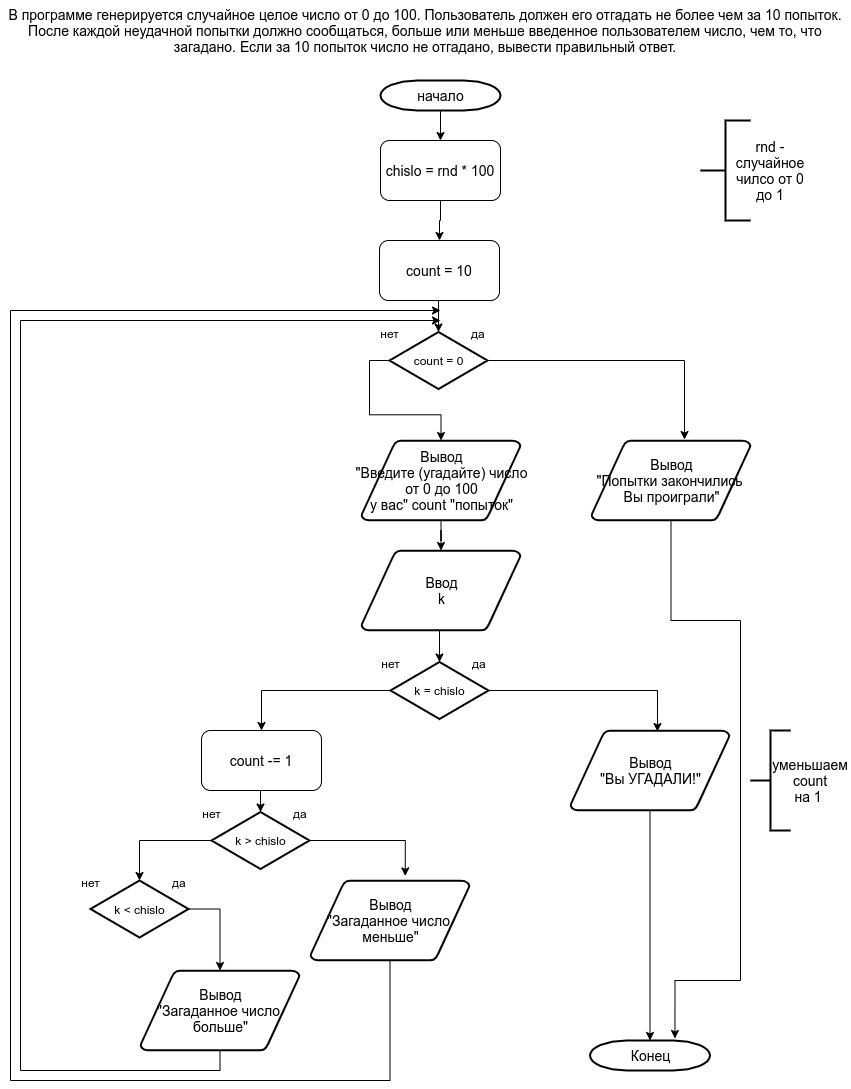
Before: les2-task6.png, a diagram exported from draw.io (log-box/pythonAlgorithmsAndDataStructure). Source tidied: cells renumbered, new cells last; positions are measured from the earlier drawing's top-left corner, leaving out a move shared by most shapes.
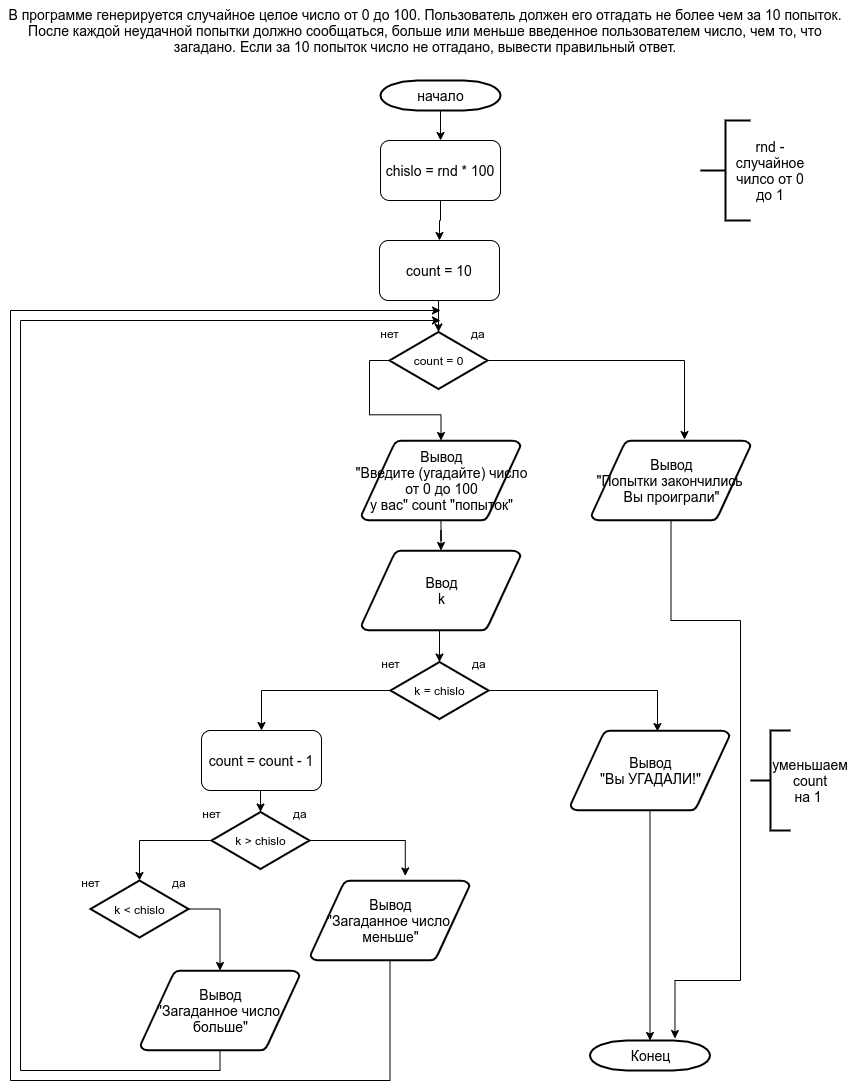
The same diagram one commit later.

Change to the diagram source:
```diff
@@ -68,7 +68,7 @@
     <mxCell id="23" style="edgeStyle=orthogonalEdgeStyle;rounded=0;jettySize=auto;html=1;exitX=0.5;exitY=1;exitDx=0;exitDy=0;entryX=0.5;entryY=0;entryDx=0;entryDy=0;entryPerimeter=0;fontSize=14;" parent="1" edge="1" source="24" target="18">
       <mxGeometry relative="1" as="geometry" />
     </mxCell>
-    <mxCell id="24" value="count -= 1" style="rounded=1;whiteSpace=wrap;html=1;fontSize=14;align=center;" parent="1" vertex="1">
+    <mxCell id="24" value="count = count - 1" style="rounded=1;whiteSpace=wrap;html=1;fontSize=14;align=center;" parent="1" vertex="1">
       <mxGeometry x="201" y="730" width="120" height="60" as="geometry" />
     </mxCell>
     <mxCell id="25" style="group;fontSize=14;align=center;" parent="1" vertex="1">
```
